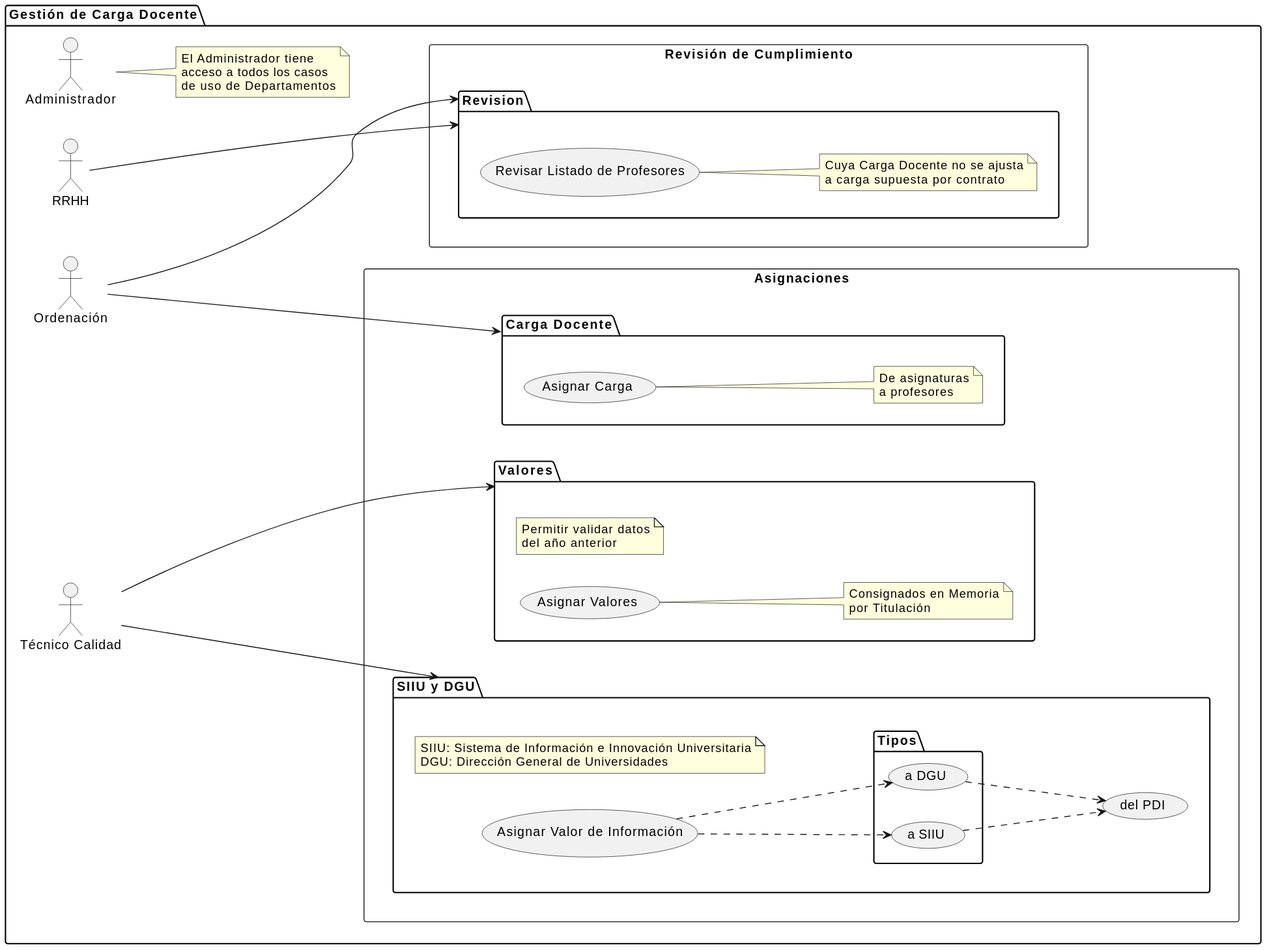
This is images/modelosUML/CdU/CargaDocente.svg from mmasias/24-25-IdSw1-SDR, a PlantUML export, as it was before one commit.
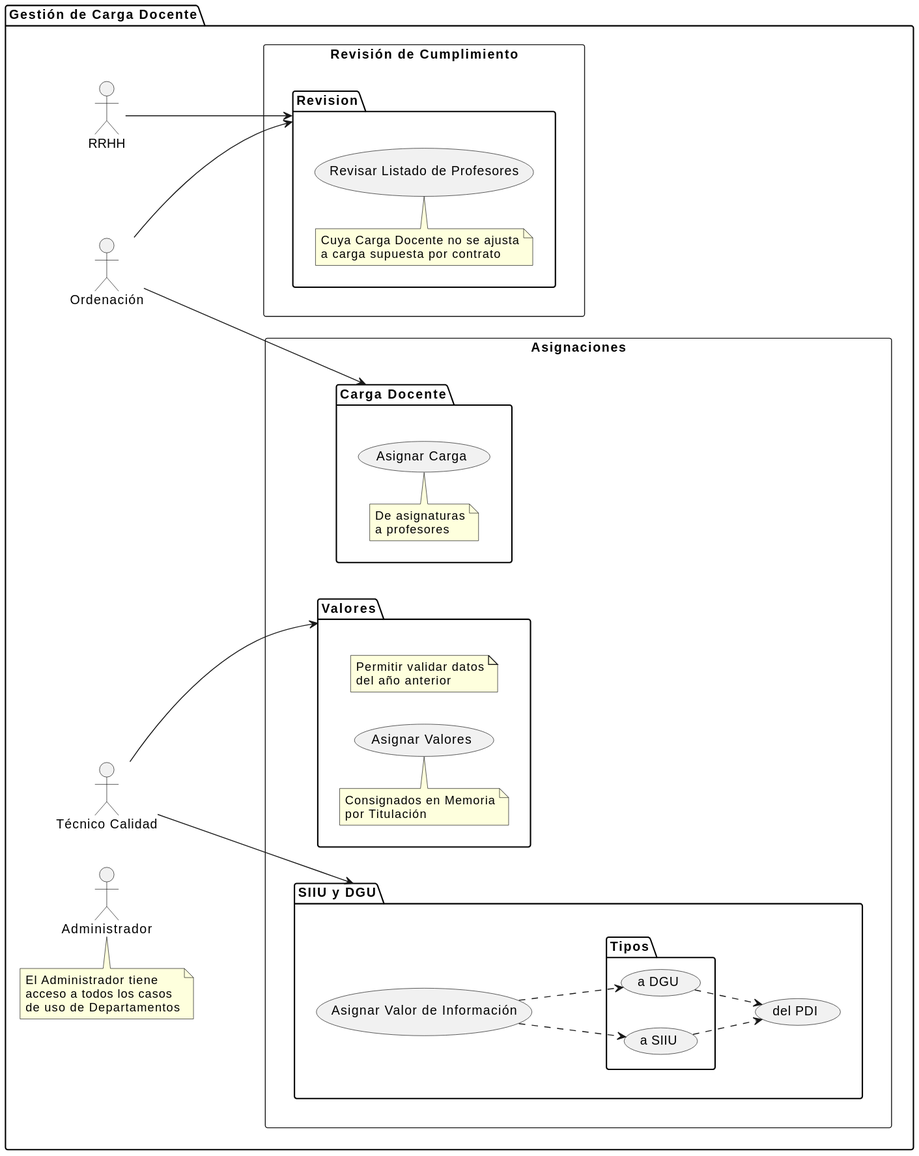
Later version of the same file.

Diff of the diagram source:
```diff
@@ -10,7 +10,7 @@
     rectangle "Asignaciones" {
         package "Carga Docente" as cargaDocentePackage {
             usecase "Asignar Carga" as asignarCarga
-            note right of asignarCarga
+            note top of asignarCarga
                 De asignaturas
                 a profesores
             end note
@@ -18,7 +18,7 @@
 
         package "Valores" as valoresPackage {
             usecase "Asignar Valores" as asignarValores
-            note right of asignarValores
+            note top of asignarValores
                 Consignados en Memoria
                 por Titulación
             end note
@@ -36,14 +36,13 @@
 
             usecase "del PDI" as PDI
 
-            note "SIIU: Sistema de Información e Innovación Universitaria\nDGU: Dirección General de Universidades" as SIIUdef
         }
     }
 
     rectangle "Revisión de Cumplimiento" {
         package "Revision" as revisionPackage {
             usecase "Revisar Listado de Profesores" as revisarCarga
-            note right of revisarCarga
+            note top of revisarCarga
                 Cuya Carga Docente no se ajusta
                 a carga supuesta por contrato
             end note
@@ -63,7 +62,7 @@
     SIIU ..> PDI
     DGU ..> PDI
 
-    note right of admin
+    note top of admin
         El Administrador tiene
         acceso a todos los casos
         de uso de Departamentos
```
